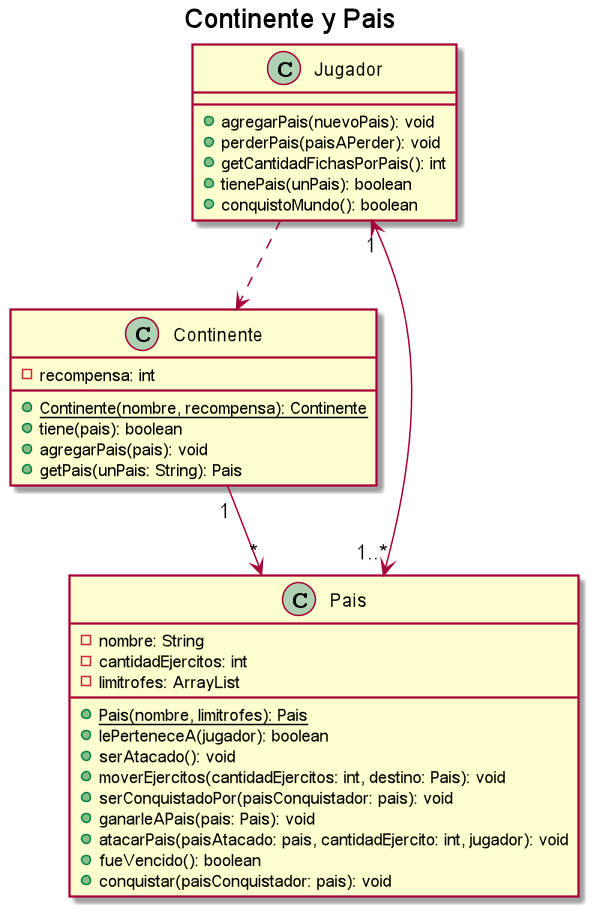
The PlantUML diagram docs/diagramas/diagramas de clase/ContinenteYPais.png in nauee/Algo3-TP2, before a commit.
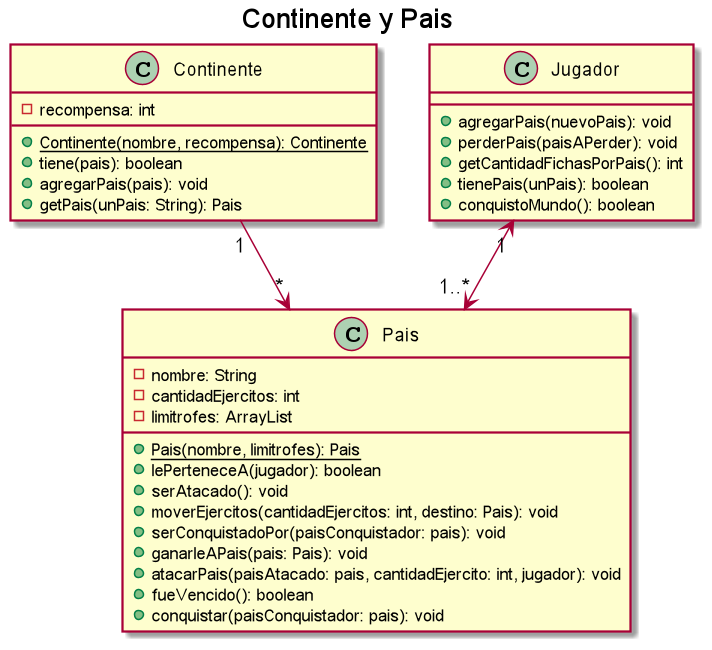
Later version of the same file.

Commit message:
Perdón, más cambios en diagramas

The edit, as a diff of the source:
```diff
@@ -28,7 +28,6 @@
 }
 
 Jugador "1" <--> "1..*" Pais
-Jugador ..> Continente
 
 class Jugador {
     + agregarPais(nuevoPais): void
```
